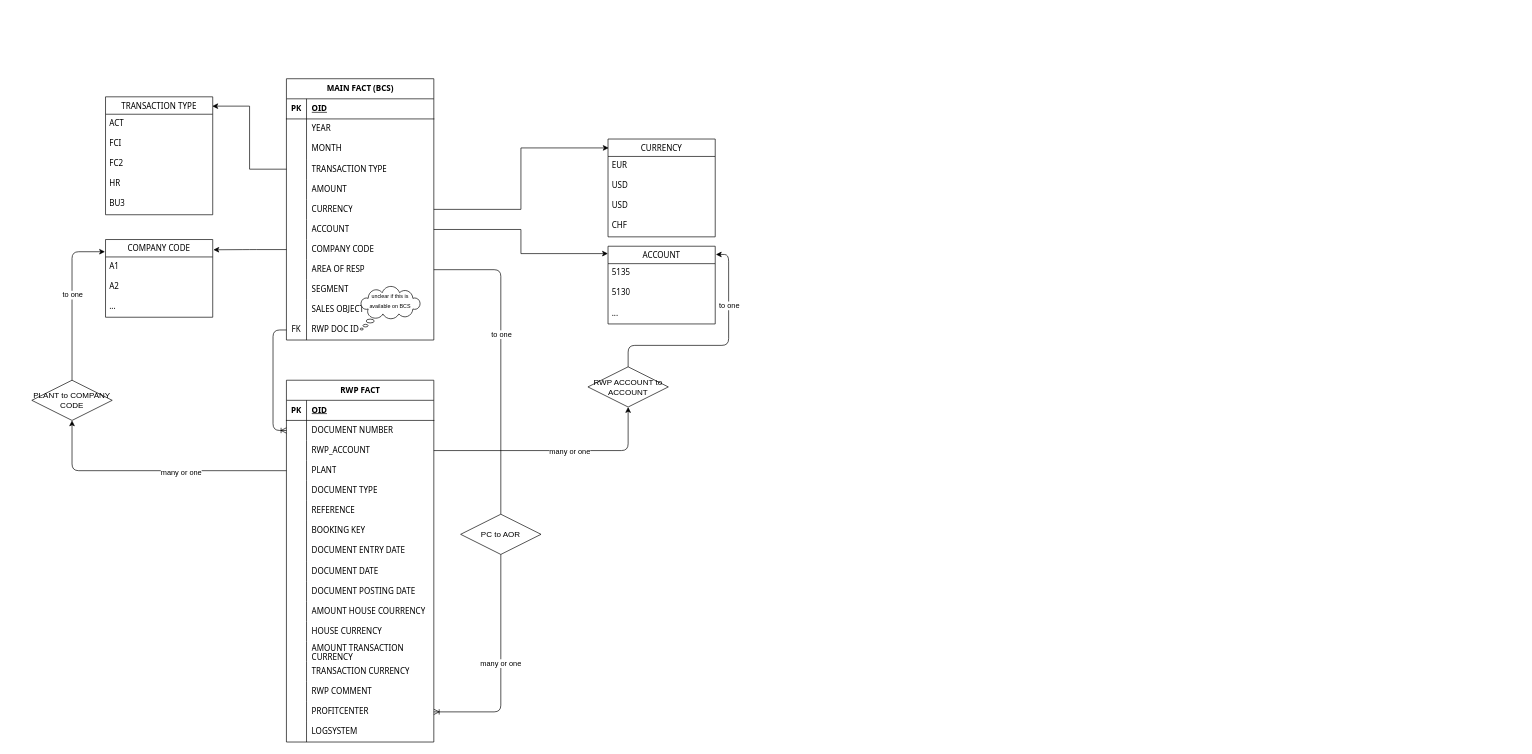
fy-nn/test keeps this draw.io diagram as Untitled Diagram.drawio. Above is the earlier version. Source tidied: cells renumbered, new cells numbered last; positions are measured from the earlier drawing's top-left corner, leaving out a move shared by most shapes. Both pictures are drawn from the tidied source at 67%, with x=0, y=0 at pixel (31, 78).
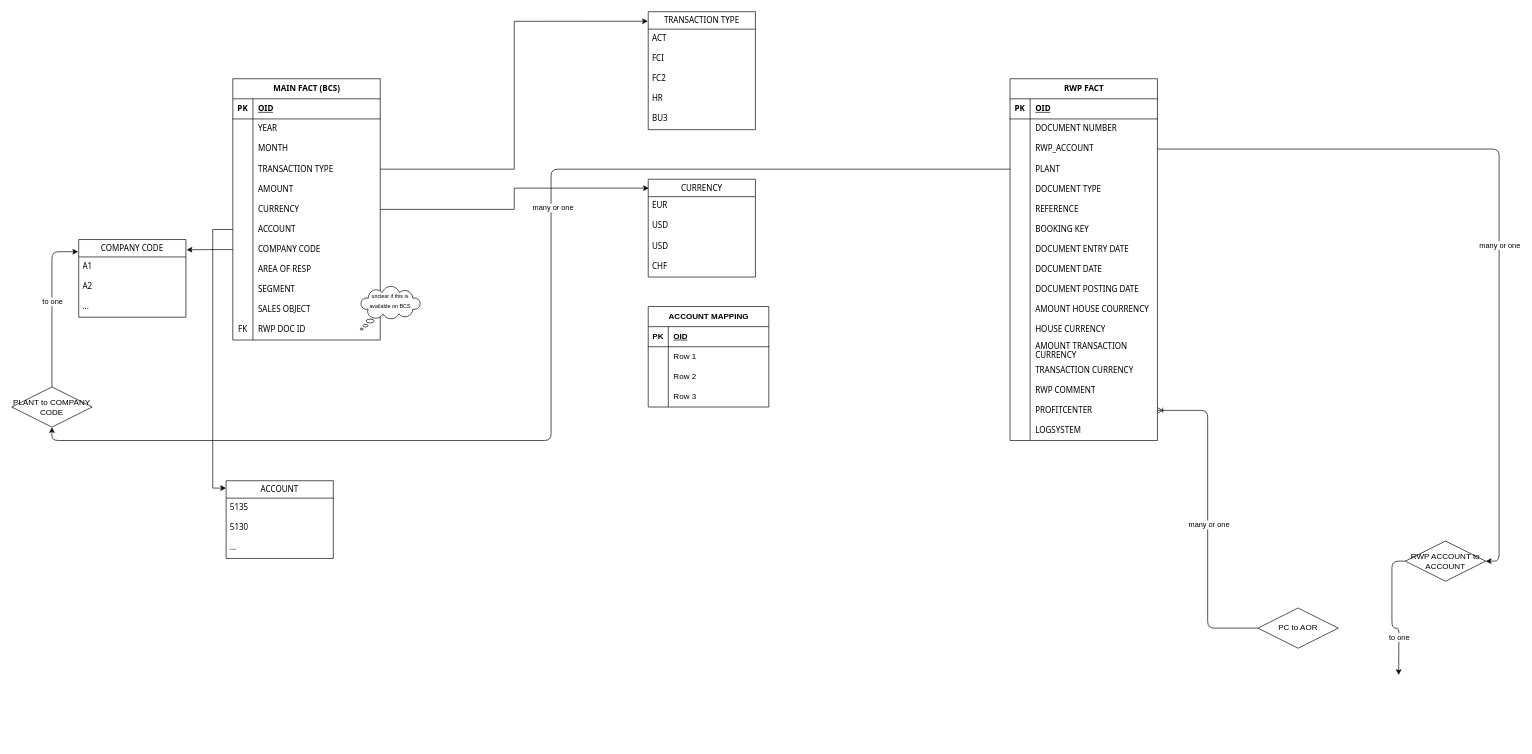
Above is the later version.

The change refers to these unchanged cells:
```xml
<mxCell id="12" style="shape=tableRow;horizontal=0;startSize=0;swimlaneHead=0;swimlaneBody=0;fillColor=none;points=[[0,0.5],[1,0.5]];portConstraint=eastwest;top=0;left=0;right=0;bottom=0;hachureGap=4;fontFamily=Tahoma;fontSize=12;rounded=0;" parent="2" vertex="1">
  <mxGeometry y="120" width="220" height="30" as="geometry" />
</mxCell>
<mxCell id="21" style="shape=tableRow;horizontal=0;startSize=0;swimlaneHead=0;swimlaneBody=0;fillColor=none;points=[[0,0.5],[1,0.5]];portConstraint=eastwest;top=0;left=0;right=0;bottom=0;hachureGap=4;fontFamily=Tahoma;fontSize=12;rounded=0;" parent="2" vertex="1">
  <mxGeometry y="210" width="220" height="30" as="geometry" />
</mxCell>
<mxCell id="27" style="shape=tableRow;horizontal=0;startSize=0;swimlaneHead=0;swimlaneBody=0;fillColor=none;points=[[0,0.5],[1,0.5]];portConstraint=eastwest;top=0;left=0;right=0;bottom=0;hachureGap=4;fontFamily=Tahoma;fontSize=12;rounded=0;" parent="2" vertex="1">
  <mxGeometry y="270" width="220" height="30" as="geometry" />
</mxCell>
<mxCell id="36" style="shape=tableRow;horizontal=0;startSize=0;swimlaneHead=0;swimlaneBody=0;fillColor=none;points=[[0,0.5],[1,0.5]];portConstraint=eastwest;top=0;left=0;right=0;bottom=0;hachureGap=4;fontFamily=Tahoma;fontSize=12;rounded=0;" parent="2" vertex="1">
  <mxGeometry y="360" width="220" height="30" as="geometry" />
</mxCell>
<mxCell id="66" style="shape=tableRow;horizontal=0;startSize=0;swimlaneHead=0;swimlaneBody=0;fillColor=none;points=[[0,0.5],[1,0.5]];portConstraint=eastwest;top=0;left=0;right=0;bottom=0;hachureGap=4;fontFamily=Tahoma;fontSize=12;rounded=0;" parent="62" vertex="1">
  <mxGeometry y="60" width="220" height="30" as="geometry" />
</mxCell>
<mxCell id="69" style="shape=tableRow;horizontal=0;startSize=0;swimlaneHead=0;swimlaneBody=0;fillColor=none;points=[[0,0.5],[1,0.5]];portConstraint=eastwest;top=0;left=0;right=0;bottom=0;hachureGap=4;fontFamily=Tahoma;fontSize=12;rounded=0;" parent="62" vertex="1">
  <mxGeometry y="90" width="220" height="30" as="geometry" />
</mxCell>
<mxCell id="108" style="shape=tableRow;horizontal=0;startSize=0;swimlaneHead=0;swimlaneBody=0;fillColor=none;points=[[0,0.5],[1,0.5]];portConstraint=eastwest;top=0;left=0;right=0;bottom=0;hachureGap=4;fontFamily=Tahoma;fontSize=12;rounded=0;" parent="62" vertex="1">
  <mxGeometry y="480" width="220" height="30" as="geometry" />
</mxCell>
```

Diff of the diagram source:
```diff
@@
     <mxCell id="2" value="MAIN FACT (BCS)" style="shape=table;startSize=30;childLayout=tableLayout;rowLines=0;fontStyle=1;align=center;html=1;hachureGap=4;fontFamily=Tahoma;fontSize=12;rounded=0;" parent="1" vertex="1">
-      <mxGeometry x="380" width="220" height="390" as="geometry" />
+      <mxGeometry x="300" width="220" height="390" as="geometry" />
     </mxCell>
@@
     <mxCell id="39" value="TRANSACTION TYPE" style="swimlane;fontStyle=0;horizontal=1;startSize=26;align=center;fontSize=12;hachureGap=4;fontFamily=Tahoma;rounded=0;" parent="1" vertex="1">
-      <mxGeometry x="110" y="27" width="160" height="176" as="geometry" />
+      <mxGeometry x="920" y="-100" width="160" height="176" as="geometry" />
     </mxCell>
@@
-    <mxCell id="45" style="edgeStyle=orthogonalEdgeStyle;rounded=0;hachureGap=4;jettySize=auto;html=1;entryX=0.996;entryY=0.079;entryDx=0;entryDy=0;entryPerimeter=0;fontFamily=Tahoma;fontSize=12;" parent="1" edge="1" source="12" target="39">
+    <mxCell id="45" style="edgeStyle=orthogonalEdgeStyle;rounded=0;hachureGap=4;jettySize=auto;html=1;fontFamily=Tahoma;fontSize=12;entryX=-0.003;entryY=0.081;entryDx=0;entryDy=0;entryPerimeter=0;" parent="1" edge="1" source="12" target="39">
       <mxGeometry relative="1" as="geometry" />
     </mxCell>
     <mxCell id="46" value="ACCOUNT" style="swimlane;fontStyle=0;horizontal=1;startSize=26;align=center;fontSize=12;hachureGap=4;fontFamily=Tahoma;rounded=0;" parent="1" vertex="1">
-      <mxGeometry x="860" y="250" width="160" height="116" as="geometry" />
+      <mxGeometry x="290" y="600" width="160" height="116" as="geometry" />
     </mxCell>
@@
-    <mxCell id="50" style="edgeStyle=orthogonalEdgeStyle;rounded=0;hachureGap=4;jettySize=auto;html=1;exitX=1;exitY=0.5;exitDx=0;exitDy=0;fontFamily=Tahoma;fontSize=12;entryX=-0.001;entryY=0.095;entryDx=0;entryDy=0;entryPerimeter=0;" parent="1" edge="1" source="21" target="46">
+    <mxCell id="50" style="edgeStyle=orthogonalEdgeStyle;rounded=0;hachureGap=4;jettySize=auto;html=1;exitX=0;exitY=0.5;exitDx=0;exitDy=0;fontFamily=Tahoma;fontSize=12;entryX=-0.001;entryY=0.095;entryDx=0;entryDy=0;entryPerimeter=0;" parent="1" edge="1" source="21" target="46">
       <mxGeometry relative="1" as="geometry" />
     </mxCell>
     <mxCell id="51" value="CURRENCY" style="swimlane;fontStyle=0;horizontal=1;startSize=26;align=center;fontSize=12;hachureGap=4;fontFamily=Tahoma;rounded=0;" parent="1" vertex="1">
-      <mxGeometry x="860" y="90" width="160" height="146" as="geometry" />
+      <mxGeometry x="920" y="150" width="160" height="146" as="geometry" />
     </mxCell>
@@
     <mxCell id="57" value="COMPANY CODE" style="swimlane;fontStyle=0;horizontal=1;startSize=26;align=center;fontSize=12;hachureGap=4;fontFamily=Tahoma;rounded=0;" parent="1" vertex="1">
-      <mxGeometry x="110" y="240" width="160" height="116" as="geometry" />
+      <mxGeometry x="70" y="240" width="160" height="116" as="geometry" />
     </mxCell>
@@
     <mxCell id="62" value="RWP FACT" style="shape=table;startSize=30;childLayout=tableLayout;rowLines=0;fontStyle=1;align=center;html=1;hachureGap=4;fontFamily=Tahoma;fontSize=12;rounded=0;" parent="1" vertex="1">
-      <mxGeometry x="380" y="450" width="220" height="540" as="geometry" />
+      <mxGeometry x="1460" width="220" height="540" as="geometry" />
     </mxCell>
@@
-    <mxCell id="114" style="edgeStyle=orthogonalEdgeStyle;jettySize=auto;html=1;entryX=0;entryY=0.5;entryDx=0;entryDy=0;startArrow=ERoneToMany;startFill=0;endArrow=none;endFill=0;" parent="1" edge="1" source="66" target="36">
-      <mxGeometry relative="1" as="geometry" />
-    </mxCell>
-    <mxCell id="115" style="edgeStyle=orthogonalEdgeStyle;jettySize=auto;html=1;entryX=1;entryY=0.5;entryDx=0;entryDy=0;endArrow=none;endFill=0;" parent="1" edge="1" source="117" target="27">
-      <mxGeometry relative="1" as="geometry" />
-    </mxCell>
-    <mxCell id="116" value="to one" style="edgeLabel;html=1;align=center;verticalAlign=middle;" parent="115" vertex="1">
-      <mxGeometry x="0.16" y="-4" relative="1" as="geometry">
-        <mxPoint x="-4" y="1" as="offset" />
-      </mxGeometry>
-    </mxCell>
     <mxCell id="117" value="PC to AOR" style="shape=rhombus;perimeter=rhombusPerimeter;whiteSpace=wrap;html=1;align=center;" parent="1" vertex="1">
-      <mxGeometry x="640" y="650" width="120" height="60" as="geometry" />
+      <mxGeometry x="1830" y="790" width="120" height="60" as="geometry" />
     </mxCell>
-    <mxCell id="118" style="edgeStyle=orthogonalEdgeStyle;jettySize=auto;html=1;entryX=0.5;entryY=1;entryDx=0;entryDy=0;startArrow=ERoneToMany;startFill=0;endArrow=none;endFill=0;" parent="1" edge="1" source="108" target="117">
+    <mxCell id="118" style="edgeStyle=orthogonalEdgeStyle;jettySize=auto;html=1;entryX=0;entryY=0.5;entryDx=0;entryDy=0;startArrow=ERoneToMany;startFill=0;endArrow=none;endFill=0;exitX=1;exitY=0.5;exitDx=0;exitDy=0;" parent="1" edge="1" source="108" target="117">
       <mxGeometry relative="1" as="geometry" />
     </mxCell>
@@
     <mxCell id="121" value="RWP ACCOUNT to ACCOUNT" style="shape=rhombus;perimeter=rhombusPerimeter;whiteSpace=wrap;html=1;align=center;" parent="1" vertex="1">
-      <mxGeometry x="830" y="430" width="120" height="60" as="geometry" />
+      <mxGeometry x="2050" y="690" width="120" height="60" as="geometry" />
     </mxCell>
-    <mxCell id="122" style="edgeStyle=orthogonalEdgeStyle;jettySize=auto;html=1;entryX=0.5;entryY=1;entryDx=0;entryDy=0;" parent="1" edge="1" source="69" target="121">
+    <mxCell id="122" style="edgeStyle=orthogonalEdgeStyle;jettySize=auto;html=1;entryX=1;entryY=0.5;entryDx=0;entryDy=0;exitX=1;exitY=0.5;exitDx=0;exitDy=0;" parent="1" edge="1" source="69" target="121">
       <mxGeometry relative="1" as="geometry" />
     </mxCell>
@@
-    <mxCell id="124" style="edgeStyle=orthogonalEdgeStyle;jettySize=auto;html=1;exitX=0.5;exitY=0;exitDx=0;exitDy=0;entryX=1.006;entryY=0.106;entryDx=0;entryDy=0;entryPerimeter=0;" parent="1" edge="1" source="121" target="46">
-      <mxGeometry relative="1" as="geometry" />
+    <mxCell id="124" style="edgeStyle=orthogonalEdgeStyle;jettySize=auto;html=1;exitX=0;exitY=0.5;exitDx=0;exitDy=0;" parent="1" edge="1" source="121">
+      <mxGeometry relative="1" as="geometry">
+        <mxPoint x="2040" y="890" as="targetPoint" />
+      </mxGeometry>
     </mxCell>
@@
     <mxCell id="126" value="PLANT to COMPANY CODE" style="shape=rhombus;perimeter=rhombusPerimeter;whiteSpace=wrap;html=1;align=center;fontSize=12;" parent="1" vertex="1">
-      <mxGeometry y="450" width="120" height="60" as="geometry" />
+      <mxGeometry x="-30" y="460" width="120" height="60" as="geometry" />
     </mxCell>
@@
+    <mxCell id="131" value="ACCOUNT MAPPING" style="shape=table;startSize=30;childLayout=tableLayout;rowLines=0;fontStyle=1;align=center;html=1;" parent="1" vertex="1">
+      <mxGeometry x="920" y="340" width="180" height="150" as="geometry" />
+    </mxCell>
+    <mxCell id="132" style="shape=tableRow;horizontal=0;startSize=0;swimlaneHead=0;swimlaneBody=0;fillColor=none;top=0;left=0;right=0;bottom=1;" parent="131" vertex="1">
+      <mxGeometry y="30" width="180" height="30" as="geometry" />
+    </mxCell>
+    <mxCell id="133" value="PK" style="shape=partialRectangle;fillColor=none;top=0;left=0;bottom=0;right=0;fontStyle=1;overflow=hidden;whiteSpace=wrap;html=1;" parent="132" vertex="1">
+      <mxGeometry width="30" height="30" as="geometry" />
+    </mxCell>
+    <mxCell id="134" value="OID" style="shape=partialRectangle;fillColor=none;top=0;left=0;bottom=0;right=0;align=left;spacingLeft=6;fontStyle=5;overflow=hidden;whiteSpace=wrap;html=1;" parent="132" vertex="1">
+      <mxGeometry x="30" width="150" height="30" as="geometry" />
+    </mxCell>
+    <mxCell id="135" style="shape=tableRow;horizontal=0;startSize=0;swimlaneHead=0;swimlaneBody=0;fillColor=none;top=0;left=0;right=0;bottom=0;" parent="131" vertex="1">
+      <mxGeometry y="60" width="180" height="30" as="geometry" />
+    </mxCell>
+    <mxCell id="136" style="shape=partialRectangle;fillColor=none;top=0;left=0;bottom=0;right=0;overflow=hidden;whiteSpace=wrap;html=1;" parent="135" vertex="1">
+      <mxGeometry width="30" height="30" as="geometry" />
+    </mxCell>
+    <mxCell id="137" value="Row 1" style="shape=partialRectangle;fillColor=none;top=0;left=0;bottom=0;right=0;align=left;spacingLeft=6;overflow=hidden;whiteSpace=wrap;html=1;" parent="135" vertex="1">
+      <mxGeometry x="30" width="150" height="30" as="geometry" />
+    </mxCell>
+    <mxCell id="138" style="shape=tableRow;horizontal=0;startSize=0;swimlaneHead=0;swimlaneBody=0;fillColor=none;top=0;left=0;right=0;bottom=0;" parent="131" vertex="1">
+      <mxGeometry y="90" width="180" height="30" as="geometry" />
+    </mxCell>
+    <mxCell id="139" style="shape=partialRectangle;fillColor=none;top=0;left=0;bottom=0;right=0;overflow=hidden;whiteSpace=wrap;html=1;" parent="138" vertex="1">
+      <mxGeometry width="30" height="30" as="geometry" />
+    </mxCell>
+    <mxCell id="140" value="Row 2" style="shape=partialRectangle;fillColor=none;top=0;left=0;bottom=0;right=0;align=left;spacingLeft=6;overflow=hidden;whiteSpace=wrap;html=1;" parent="138" vertex="1">
+      <mxGeometry x="30" width="150" height="30" as="geometry" />
+    </mxCell>
+    <mxCell id="141" style="shape=tableRow;horizontal=0;startSize=0;swimlaneHead=0;swimlaneBody=0;fillColor=none;top=0;left=0;right=0;bottom=0;" parent="131" vertex="1">
+      <mxGeometry y="120" width="180" height="30" as="geometry" />
+    </mxCell>
+    <mxCell id="142" style="shape=partialRectangle;fillColor=none;top=0;left=0;bottom=0;right=0;overflow=hidden;whiteSpace=wrap;html=1;" parent="141" vertex="1">
+      <mxGeometry width="30" height="30" as="geometry" />
+    </mxCell>
+    <mxCell id="143" value="Row 3" style="shape=partialRectangle;fillColor=none;top=0;left=0;bottom=0;right=0;align=left;spacingLeft=6;overflow=hidden;whiteSpace=wrap;html=1;" parent="141" vertex="1">
+      <mxGeometry x="30" width="150" height="30" as="geometry" />
+    </mxCell>
```
